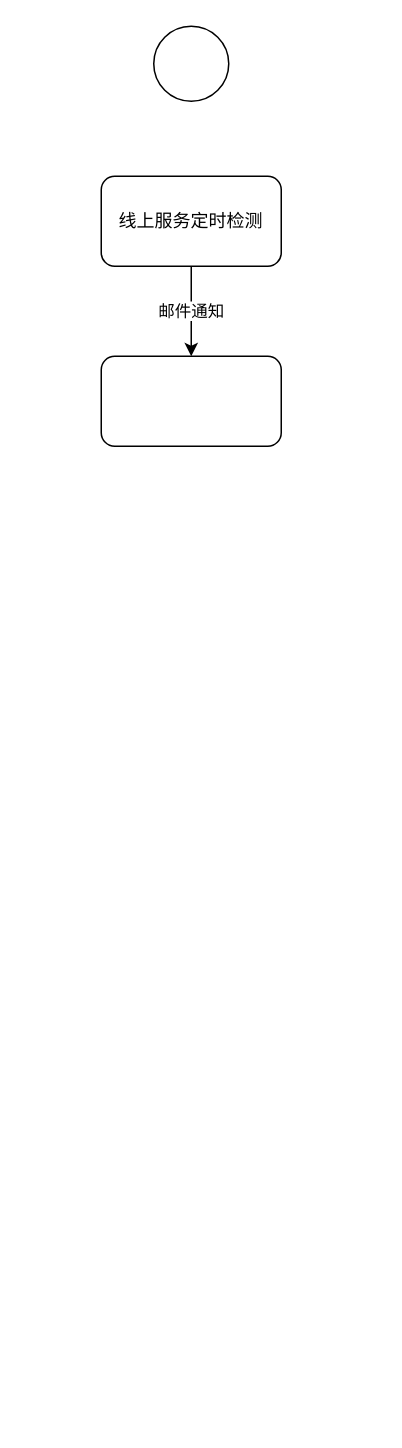
Earlier version of the draw.io diagram 线上环境邮件预警流程.drawio (ammengke/my-drawio). Source tidied: cells renumbered, new cells numbered last; positions are measured from the earlier drawing's top-left corner, leaving out a move shared by most shapes. Both pictures are drawn from the tidied source at 150%, with x=0, y=0 at pixel (100, 26).
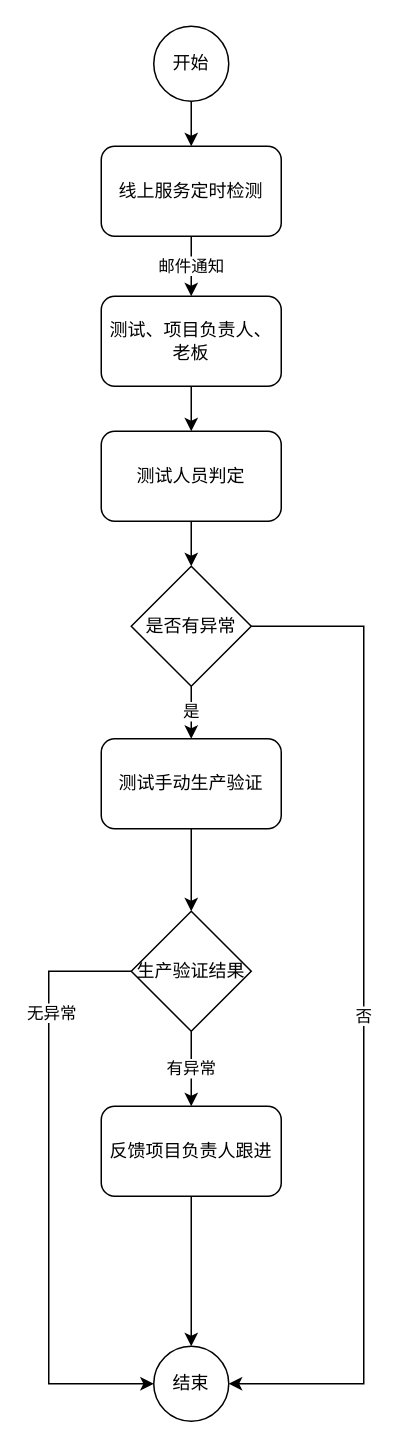
The same diagram, later.

Commit message:
更新线上环境邮件预警流程.drawio

The edit, as a diff of the source:
```diff
@@
+    <mxCell id="6" style="edgeStyle=orthogonalEdgeStyle;rounded=0;jettySize=auto;html=1;entryX=0.5;entryY=0;entryDx=0;entryDy=0;" parent="1" edge="1" source="2" target="4">
+      <mxGeometry relative="1" as="geometry" />
+    </mxCell>
-    <mxCell id="2" style="ellipse;whiteSpace=wrap;html=1;" parent="1" vertex="1">
+    <mxCell id="2" value="开始" style="ellipse;whiteSpace=wrap;html=1;" parent="1" vertex="1">
       <mxGeometry x="35" width="50" height="50" as="geometry" />
     </mxCell>
@@
     <mxCell id="4" value="线上服务定时检测" style="rounded=1;whiteSpace=wrap;html=1;" parent="1" vertex="1">
-      <mxGeometry y="100" width="120" height="60" as="geometry" />
+      <mxGeometry y="80" width="120" height="60" as="geometry" />
     </mxCell>
+    <mxCell id="7" style="edgeStyle=orthogonalEdgeStyle;rounded=0;jettySize=auto;html=1;" parent="1" edge="1" source="5" target="9">
+      <mxGeometry relative="1" as="geometry" />
+    </mxCell>
-    <mxCell id="5" style="rounded=1;whiteSpace=wrap;html=1;" parent="1" vertex="1">
-      <mxGeometry y="220" width="120" height="60" as="geometry" />
+    <mxCell id="5" value="测试、项目负责人、老板" style="rounded=1;whiteSpace=wrap;html=1;" parent="1" vertex="1">
+      <mxGeometry y="180" width="120" height="60" as="geometry" />
     </mxCell>
+    <mxCell id="8" style="edgeStyle=orthogonalEdgeStyle;rounded=0;jettySize=auto;html=1;" parent="1" edge="1" source="9" target="13">
+      <mxGeometry relative="1" as="geometry" />
+    </mxCell>
+    <mxCell id="9" value="测试人员判定" style="rounded=1;whiteSpace=wrap;html=1;" parent="1" vertex="1">
+      <mxGeometry y="270" width="120" height="60" as="geometry" />
+    </mxCell>
+    <mxCell id="10" value="否" style="edgeStyle=orthogonalEdgeStyle;rounded=0;jettySize=auto;html=1;entryX=1;entryY=0.5;entryDx=0;entryDy=0;" parent="1" edge="1" source="13" target="14">
+      <mxGeometry relative="1" as="geometry">
+        <Array as="points">
+          <mxPoint x="175" y="400" />
+          <mxPoint x="175" y="905" />
+        </Array>
+      </mxGeometry>
+    </mxCell>
+    <mxCell id="11" style="edgeStyle=orthogonalEdgeStyle;rounded=0;jettySize=auto;html=1;entryX=0.5;entryY=0;entryDx=0;entryDy=0;" parent="1" edge="1" source="13" target="16">
+      <mxGeometry relative="1" as="geometry" />
+    </mxCell>
+    <mxCell id="12" value="是" style="edgeLabel;html=1;align=center;verticalAlign=middle;" parent="11" vertex="1">
+      <mxGeometry x="-0.27" y="-1" relative="1" as="geometry" />
+    </mxCell>
+    <mxCell id="13" value="是否有异常" style="rhombus;whiteSpace=wrap;html=1;" parent="1" vertex="1">
+      <mxGeometry x="20" y="360" width="80" height="80" as="geometry" />
+    </mxCell>
+    <mxCell id="14" value="结束" style="ellipse;whiteSpace=wrap;html=1;" parent="1" vertex="1">
+      <mxGeometry x="35" y="880" width="50" height="50" as="geometry" />
+    </mxCell>
+    <mxCell id="15" style="edgeStyle=orthogonalEdgeStyle;rounded=0;jettySize=auto;html=1;entryX=0.5;entryY=0;entryDx=0;entryDy=0;" parent="1" edge="1" source="16" target="20">
+      <mxGeometry relative="1" as="geometry" />
+    </mxCell>
+    <mxCell id="16" value="测试手动生产验证" style="rounded=1;whiteSpace=wrap;html=1;" parent="1" vertex="1">
+      <mxGeometry y="475" width="120" height="60" as="geometry" />
+    </mxCell>
+    <mxCell id="17" style="edgeStyle=orthogonalEdgeStyle;rounded=0;jettySize=auto;html=1;entryX=0;entryY=0.5;entryDx=0;entryDy=0;" parent="1" edge="1" source="20" target="14">
+      <mxGeometry relative="1" as="geometry">
+        <Array as="points">
+          <mxPoint x="-35" y="630" />
+          <mxPoint x="-35" y="905" />
+        </Array>
+      </mxGeometry>
+    </mxCell>
+    <mxCell id="18" value="无异常" style="edgeLabel;html=1;align=center;verticalAlign=middle;" parent="17" vertex="1">
+      <mxGeometry x="-0.59" y="1" relative="1" as="geometry" />
+    </mxCell>
+    <mxCell id="19" value="有异常" style="edgeStyle=orthogonalEdgeStyle;rounded=0;jettySize=auto;html=1;entryX=0.5;entryY=0;entryDx=0;entryDy=0;" parent="1" edge="1" source="20" target="22">
+      <mxGeometry relative="1" as="geometry" />
+    </mxCell>
+    <mxCell id="20" value="生产验证结果" style="rhombus;whiteSpace=wrap;html=1;" parent="1" vertex="1">
+      <mxGeometry x="20" y="590" width="80" height="80" as="geometry" />
+    </mxCell>
+    <mxCell id="21" style="edgeStyle=orthogonalEdgeStyle;rounded=0;jettySize=auto;html=1;entryX=0.5;entryY=0;entryDx=0;entryDy=0;" parent="1" edge="1" source="22" target="14">
+      <mxGeometry relative="1" as="geometry" />
+    </mxCell>
+    <mxCell id="22" value="反馈项目负责人跟进" style="rounded=1;whiteSpace=wrap;html=1;" parent="1" vertex="1">
+      <mxGeometry y="720" width="120" height="60" as="geometry" />
+    </mxCell>
```
